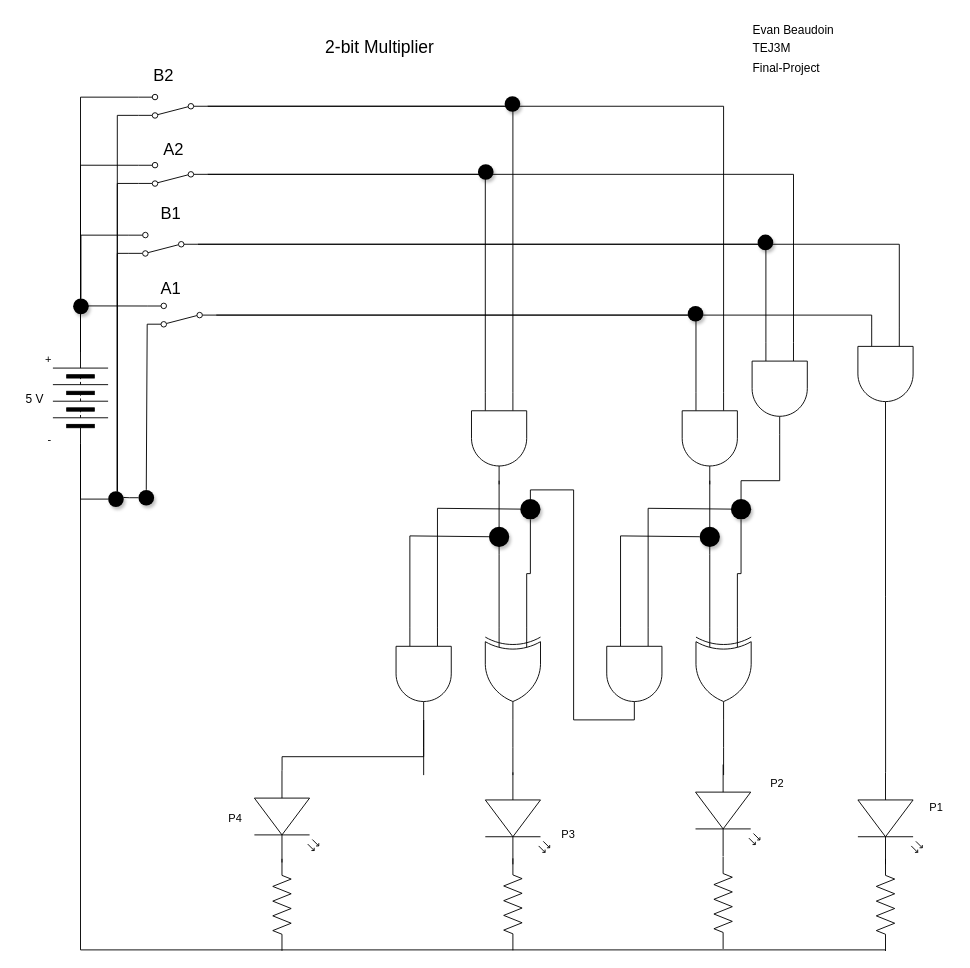
This is 2-bit/2-bit_multiplier.drawio from evan-beaudoin99/TEJ3M-Final-Project, a draw.io file, before an edit. Source tidied: cells renumbered, new cells numbered last; positions are measured from the earlier drawing's top-left corner, leaving out a move shared by most shapes. Both pictures are drawn from the tidied source at 92%, with x=0, y=0 at pixel (16, 16).
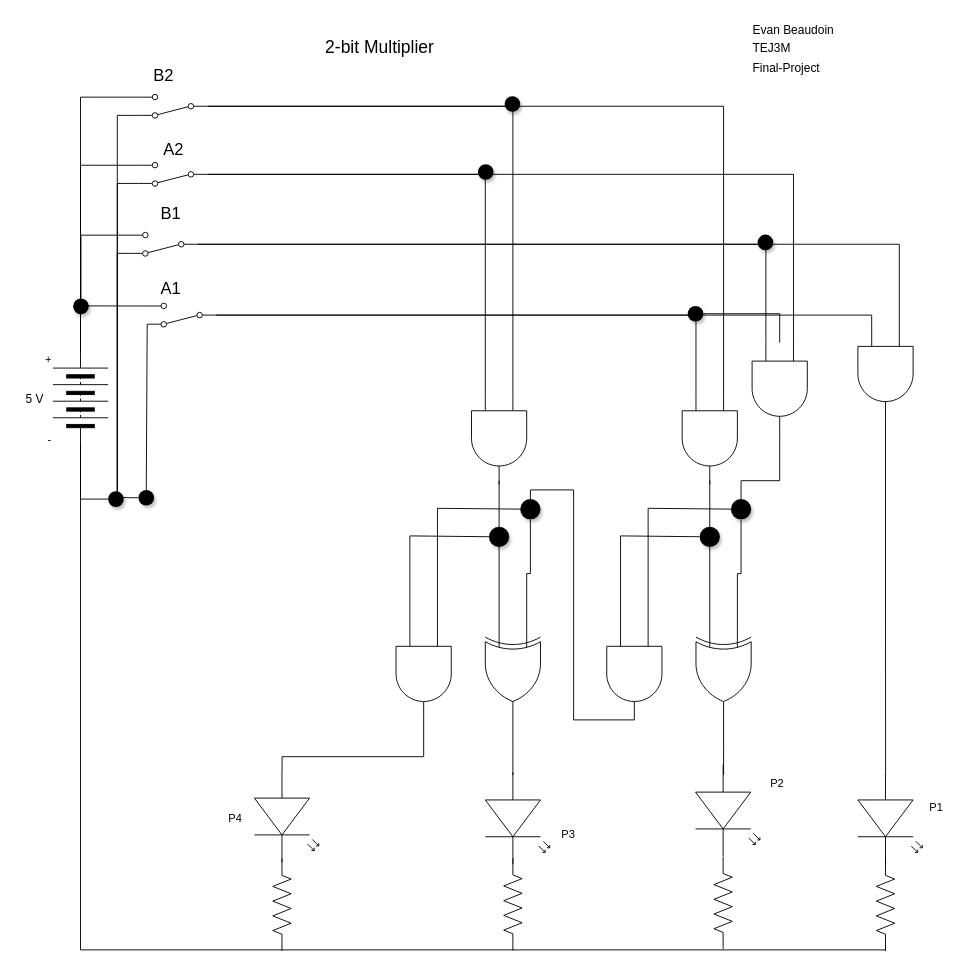
After the change.

Unchanged cells that the change refers to:
```xml
<mxCell id="57" style="verticalLabelPosition=bottom;shadow=0;dashed=0;align=center;html=1;verticalAlign=top;shape=mxgraph.electrical.logic_gates.logic_gate;operation=and;rotation=90;" parent="1" vertex="1">
  <mxGeometry x="780" y="375" width="100" height="60" as="geometry" />
</mxCell>
<mxCell id="71" style="verticalLabelPosition=bottom;shadow=0;dashed=0;align=center;html=1;verticalAlign=top;shape=mxgraph.electrical.logic_gates.logic_gate;operation=and;fontSize=18;rotation=90;" parent="1" vertex="1">
  <mxGeometry x="393" y="685" width="100" height="60" as="geometry" />
</mxCell>
<mxCell id="80" style="ellipse;whiteSpace=wrap;html=1;fontFamily=Helvetica;fontSize=11;fillColor=#000000;fontColor=#ffffff;strokeColor=none;fillStyle=solid;shadow=1;" parent="1" vertex="1">
  <mxGeometry x="730" y="315" width="17" height="17" as="geometry" />
</mxCell>
```

The edit, as a diff of the source:
```diff
@@
-    <mxCell id="70" style="edgeStyle=orthogonalEdgeStyle;rounded=0;html=1;fontSize=18;endArrow=none;endFill=0;" parent="1" edge="1" source="71">
-      <mxGeometry relative="1" as="geometry">
-        <mxPoint x="443" y="825" as="targetPoint" />
-      </mxGeometry>
-    </mxCell>
@@
+    <mxCell id="82" style="edgeStyle=orthogonalEdgeStyle;rounded=0;html=1;endArrow=none;endFill=0;" parent="1" edge="1" source="80" target="57">
+      <mxGeometry relative="1" as="geometry" />
+    </mxCell>
```
